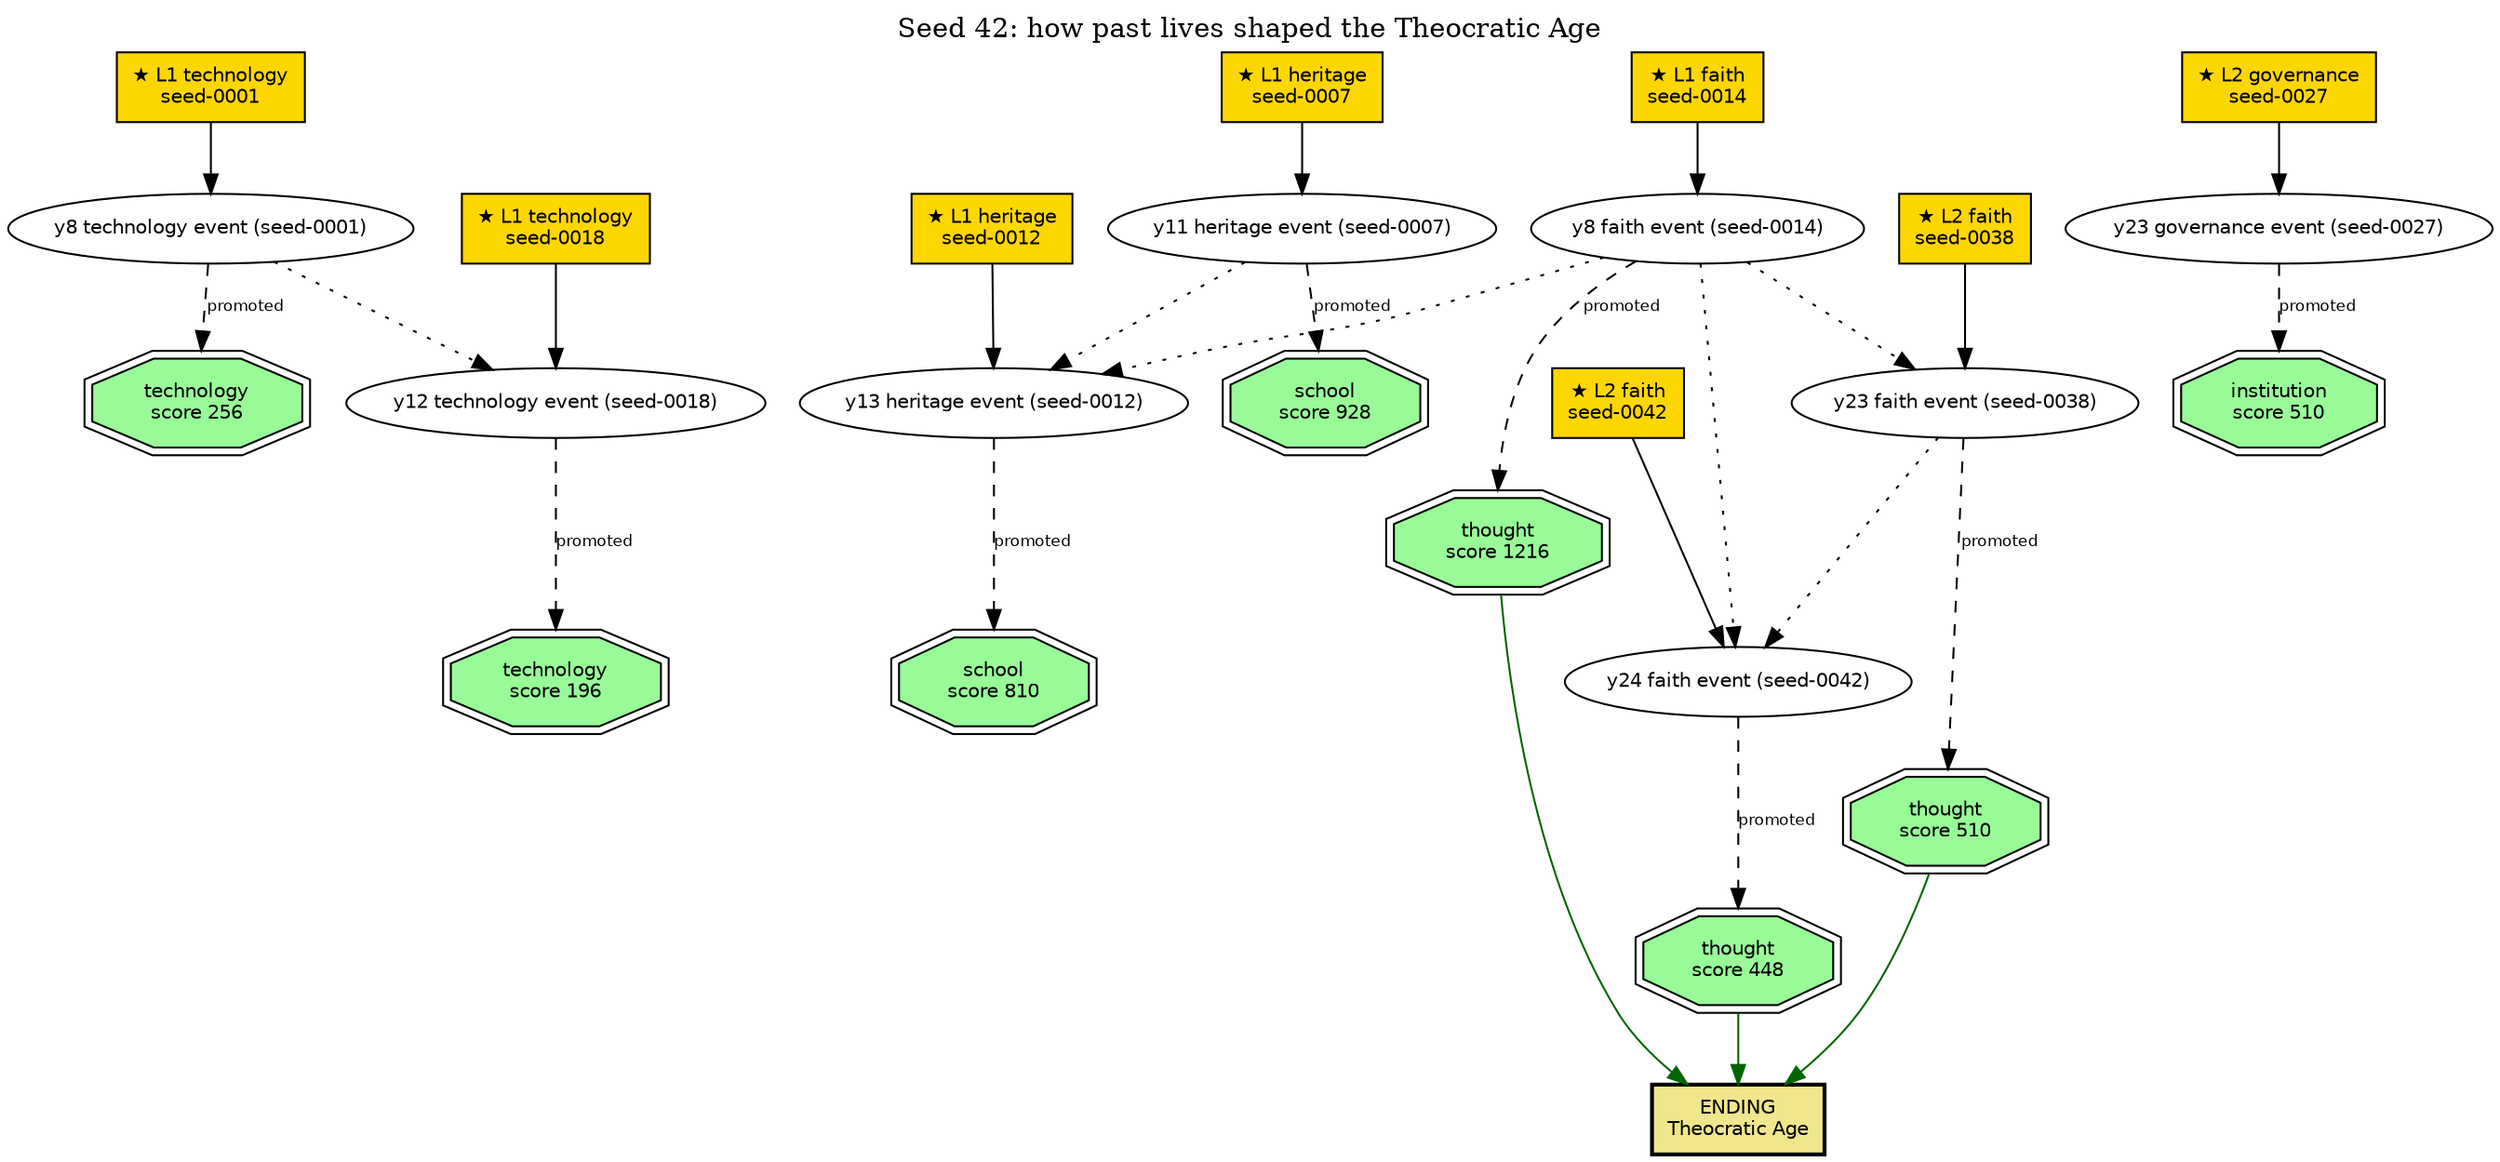
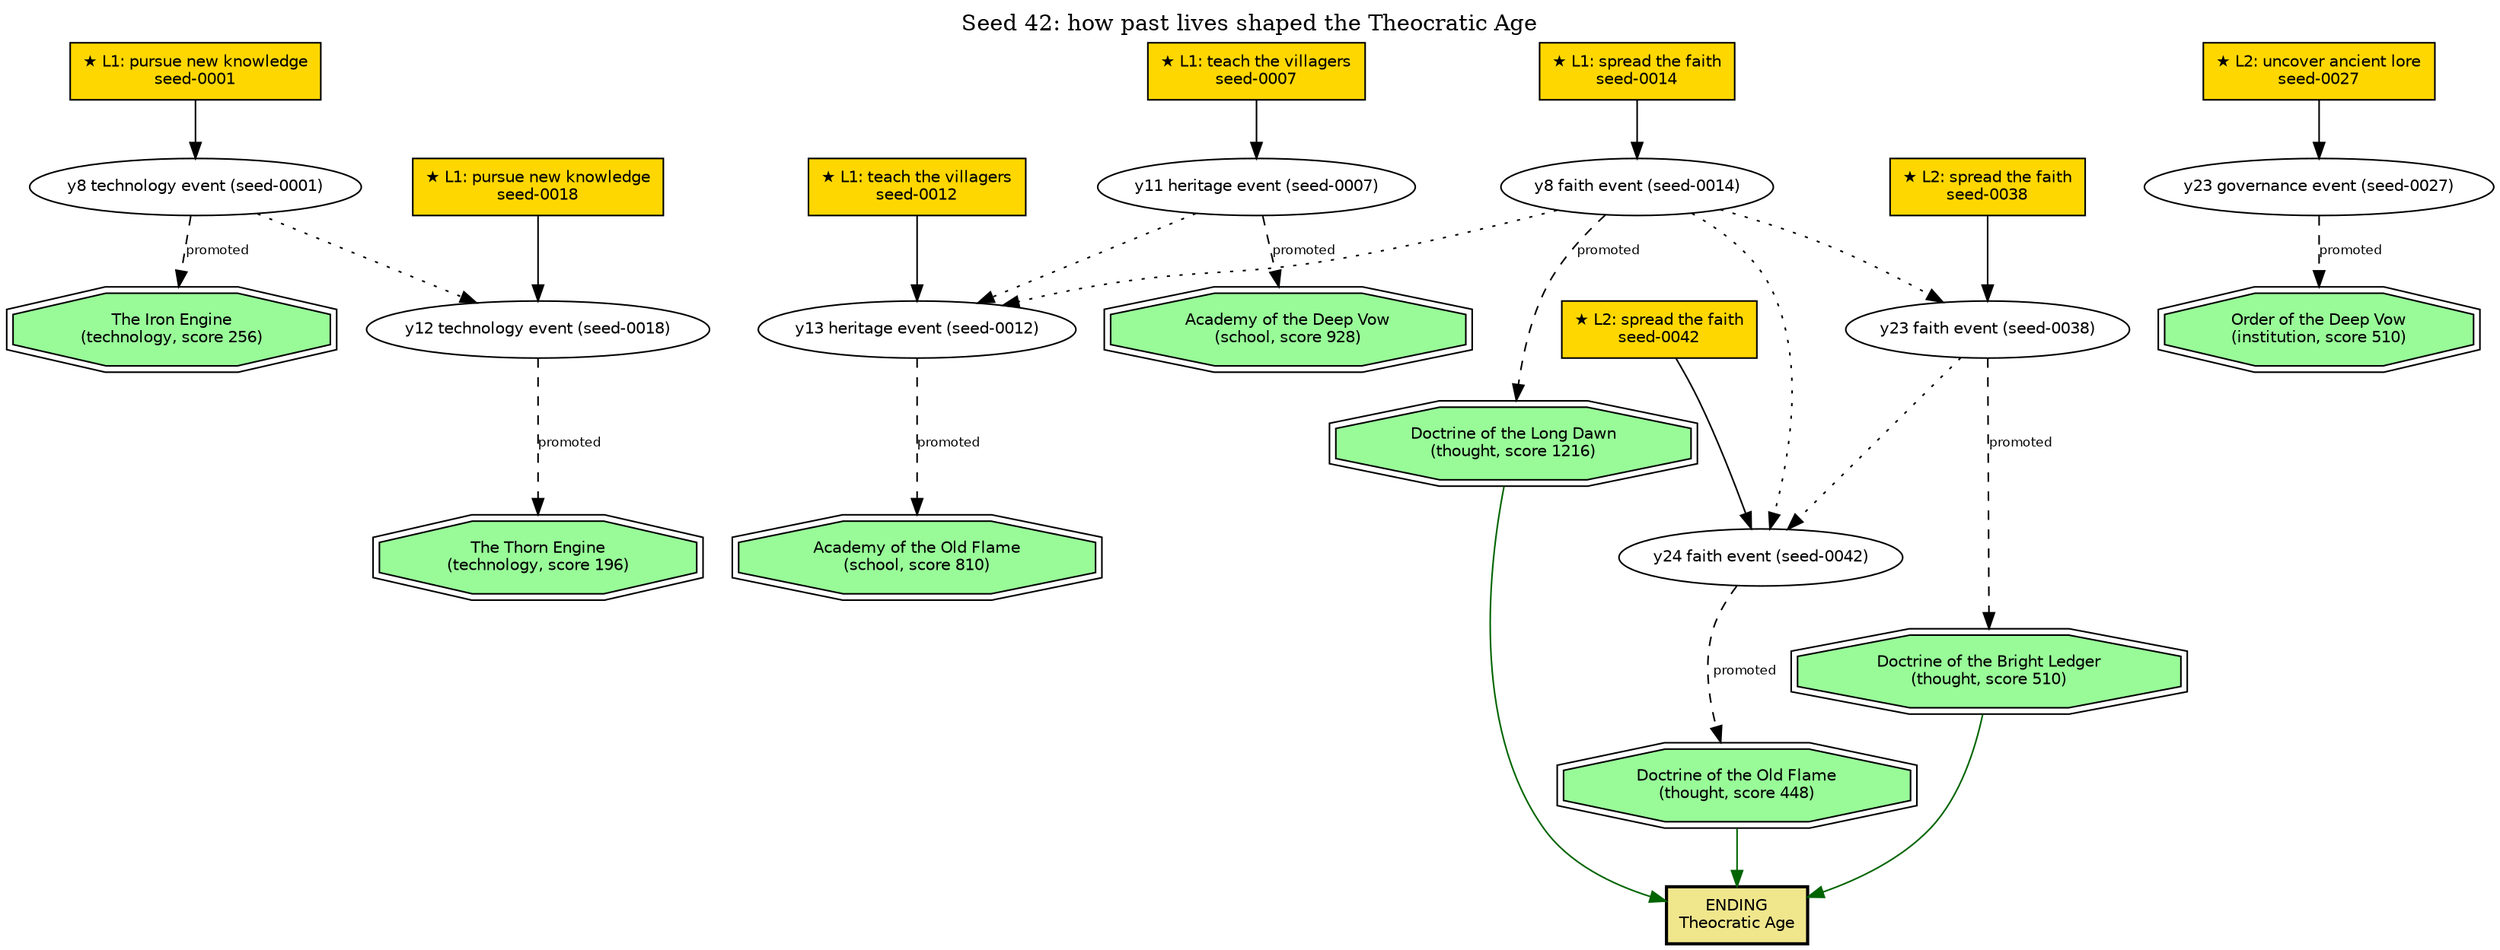
digraph ChronicleForge {
  rankdir=TB;
  labelloc="t";
  label="Seed 42: how past lives shaped the Theocratic Age";
  node [fontname="Helvetica", fontsize=10];
  edge [fontname="Helvetica", fontsize=8];

-   "seed-0001" [shape=box, style=filled, fillcolor=gold, label="★ L1 technology\nseed-0001"];
-   "seed-0007" [shape=box, style=filled, fillcolor=gold, label="★ L1 heritage\nseed-0007"];
-   "seed-0012" [shape=box, style=filled, fillcolor=gold, label="★ L1 heritage\nseed-0012"];
-   "seed-0014" [shape=box, style=filled, fillcolor=gold, label="★ L1 faith\nseed-0014"];
-   "seed-0018" [shape=box, style=filled, fillcolor=gold, label="★ L1 technology\nseed-0018"];
-   "seed-0027" [shape=box, style=filled, fillcolor=gold, label="★ L2 governance\nseed-0027"];
-   "seed-0038" [shape=box, style=filled, fillcolor=gold, label="★ L2 faith\nseed-0038"];
-   "seed-0042" [shape=box, style=filled, fillcolor=gold, label="★ L2 faith\nseed-0042"];
+   "seed-0001" [shape=box, style=filled, fillcolor=gold, label="★ L1: pursue new knowledge\nseed-0001"];
+   "seed-0007" [shape=box, style=filled, fillcolor=gold, label="★ L1: teach the villagers\nseed-0007"];
+   "seed-0012" [shape=box, style=filled, fillcolor=gold, label="★ L1: teach the villagers\nseed-0012"];
+   "seed-0014" [shape=box, style=filled, fillcolor=gold, label="★ L1: spread the faith\nseed-0014"];
+   "seed-0018" [shape=box, style=filled, fillcolor=gold, label="★ L1: pursue new knowledge\nseed-0018"];
+   "seed-0027" [shape=box, style=filled, fillcolor=gold, label="★ L2: uncover ancient lore\nseed-0027"];
+   "seed-0038" [shape=box, style=filled, fillcolor=gold, label="★ L2: spread the faith\nseed-0038"];
+   "seed-0042" [shape=box, style=filled, fillcolor=gold, label="★ L2: spread the faith\nseed-0042"];
  "node-0001" [shape=ellipse, label="y8 technology event (seed-0001)"];
  "node-0012" [shape=ellipse, label="y8 faith event (seed-0014)"];
  "node-0015" [shape=ellipse, label="y11 heritage event (seed-0007)"];
  "node-0020" [shape=ellipse, label="y12 technology event (seed-0018)"];
  "node-0022" [shape=ellipse, label="y13 heritage event (seed-0012)"];
  "node-0039" [shape=ellipse, label="y23 governance event (seed-0027)"];
  "node-0042" [shape=ellipse, label="y23 faith event (seed-0038)"];
  "node-0046" [shape=ellipse, label="y24 faith event (seed-0042)"];
-   "her:seed-0014" [shape=doubleoctagon, style=filled, fillcolor=palegreen, label="thought\nscore 1216"];
-   "her:seed-0007" [shape=doubleoctagon, style=filled, fillcolor=palegreen, label="school\nscore 928"];
-   "her:seed-0012" [shape=doubleoctagon, style=filled, fillcolor=palegreen, label="school\nscore 810"];
-   "her:seed-0027" [shape=doubleoctagon, style=filled, fillcolor=palegreen, label="institution\nscore 510"];
-   "her:seed-0038" [shape=doubleoctagon, style=filled, fillcolor=palegreen, label="thought\nscore 510"];
-   "her:seed-0042" [shape=doubleoctagon, style=filled, fillcolor=palegreen, label="thought\nscore 448"];
-   "her:seed-0001" [shape=doubleoctagon, style=filled, fillcolor=palegreen, label="technology\nscore 256"];
-   "her:seed-0018" [shape=doubleoctagon, style=filled, fillcolor=palegreen, label="technology\nscore 196"];
+   "her:seed-0014" [shape=doubleoctagon, style=filled, fillcolor=palegreen, label="Doctrine of the Long Dawn\n(thought, score 1216)"];
+   "her:seed-0007" [shape=doubleoctagon, style=filled, fillcolor=palegreen, label="Academy of the Deep Vow\n(school, score 928)"];
+   "her:seed-0012" [shape=doubleoctagon, style=filled, fillcolor=palegreen, label="Academy of the Old Flame\n(school, score 810)"];
+   "her:seed-0027" [shape=doubleoctagon, style=filled, fillcolor=palegreen, label="Order of the Deep Vow\n(institution, score 510)"];
+   "her:seed-0038" [shape=doubleoctagon, style=filled, fillcolor=palegreen, label="Doctrine of the Bright Ledger\n(thought, score 510)"];
+   "her:seed-0042" [shape=doubleoctagon, style=filled, fillcolor=palegreen, label="Doctrine of the Old Flame\n(thought, score 448)"];
+   "her:seed-0001" [shape=doubleoctagon, style=filled, fillcolor=palegreen, label="The Iron Engine\n(technology, score 256)"];
+   "her:seed-0018" [shape=doubleoctagon, style=filled, fillcolor=palegreen, label="The Thorn Engine\n(technology, score 196)"];
  "ENDING" [shape=box, style="filled,bold", fillcolor=khaki, label="ENDING\nTheocratic Age"];

  "seed-0014" -> "node-0012";
  "seed-0007" -> "node-0015";
  "seed-0012" -> "node-0022";
  "node-0012" -> "node-0022" [style=dotted];
  "node-0015" -> "node-0022" [style=dotted];
  "seed-0027" -> "node-0039";
  "seed-0038" -> "node-0042";
  "node-0012" -> "node-0042" [style=dotted];
  "seed-0042" -> "node-0046";
  "node-0012" -> "node-0046" [style=dotted];
  "node-0042" -> "node-0046" [style=dotted];
  "seed-0001" -> "node-0001";
  "seed-0018" -> "node-0020";
  "node-0001" -> "node-0020" [style=dotted];
  "node-0012" -> "her:seed-0014" [style=dashed, label="promoted"];
  "node-0015" -> "her:seed-0007" [style=dashed, label="promoted"];
  "node-0022" -> "her:seed-0012" [style=dashed, label="promoted"];
  "node-0039" -> "her:seed-0027" [style=dashed, label="promoted"];
  "node-0042" -> "her:seed-0038" [style=dashed, label="promoted"];
  "node-0046" -> "her:seed-0042" [style=dashed, label="promoted"];
  "node-0001" -> "her:seed-0001" [style=dashed, label="promoted"];
  "node-0020" -> "her:seed-0018" [style=dashed, label="promoted"];
  "her:seed-0014" -> "ENDING" [color=darkgreen];
  "her:seed-0038" -> "ENDING" [color=darkgreen];
  "her:seed-0042" -> "ENDING" [color=darkgreen];
}
